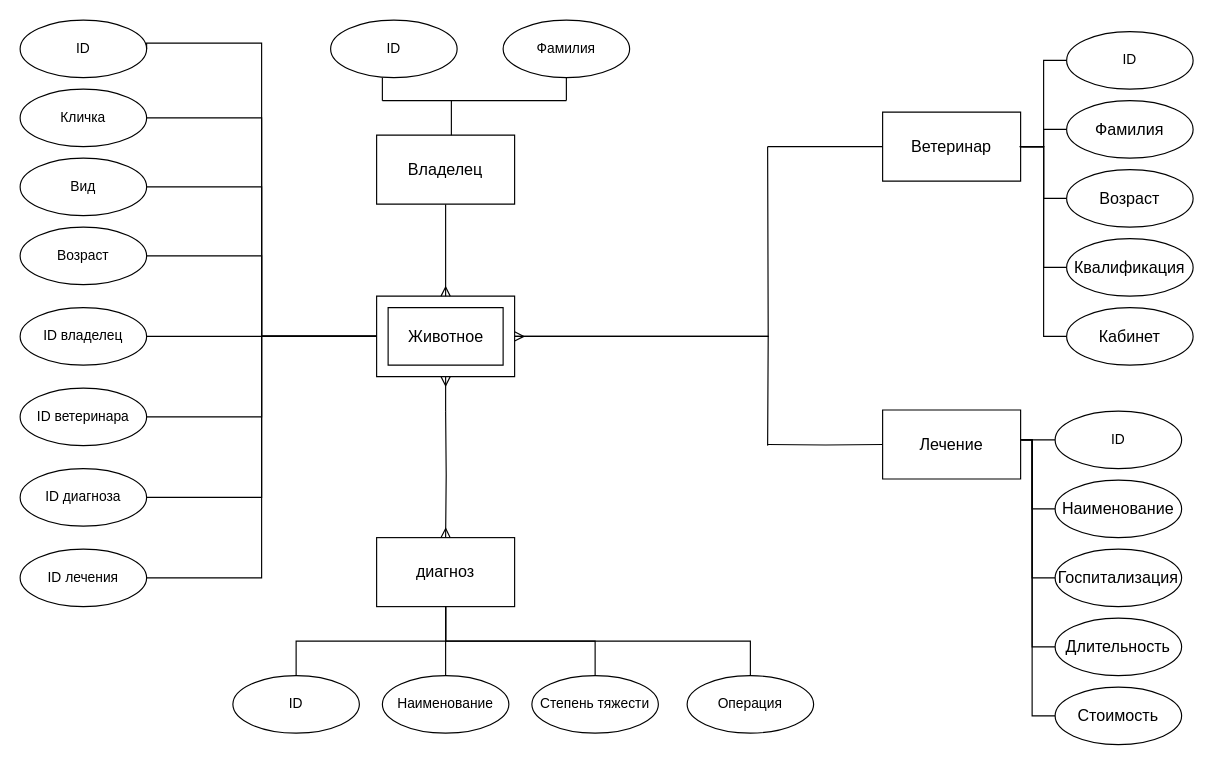
Before: lab_01/diagram/er-model.drawio in jokerva1010123/BMSTU-5-cem-DB, a draw.io diagram. Source tidied: cells renumbered, new cells numbered last; positions are measured from the earlier drawing's top-left corner, leaving out a move shared by most shapes. Both pictures are drawn from the tidied source at 115%, with x=0, y=0 at pixel (20, 20).
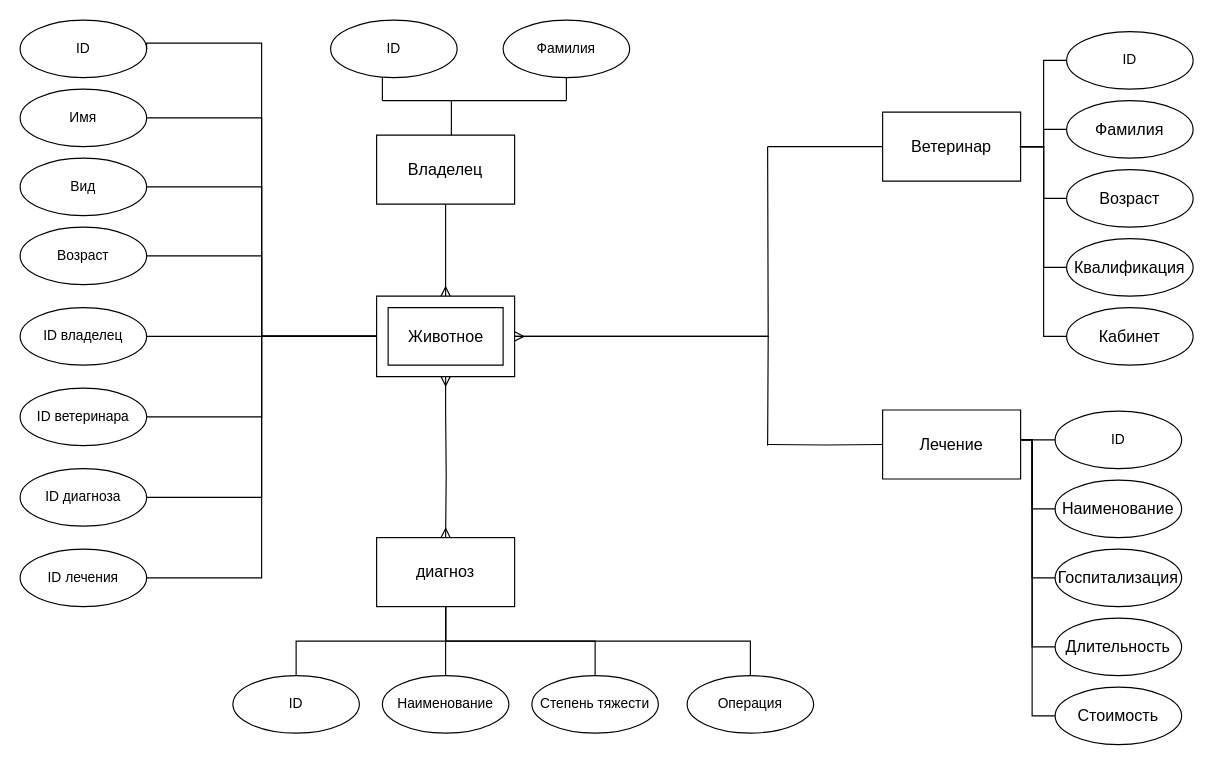
After the change.

What changed in the source:
```diff
@@
-    <mxCell id="17" value="Кличка" style="ellipse;whiteSpace=wrap;html=1;" parent="1" vertex="1">
+    <mxCell id="17" value="Имя" style="ellipse;whiteSpace=wrap;html=1;" parent="1" vertex="1">
       <mxGeometry y="60" width="110" height="50" as="geometry" />
     </mxCell>
```
